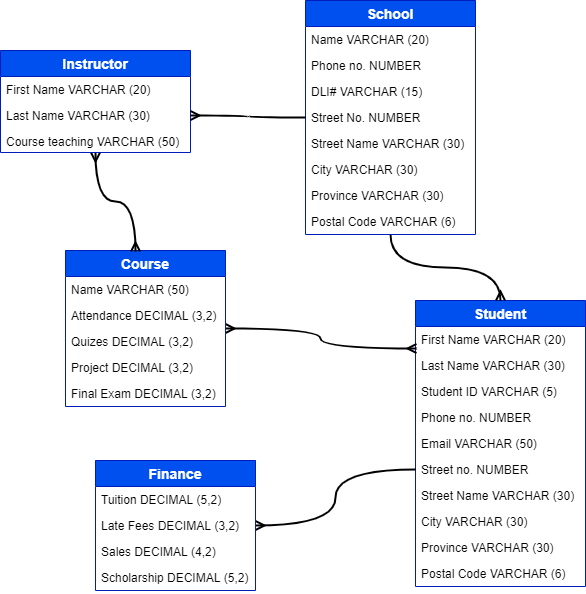
This is SRKSD.png from martinnebesar/Student-Record-Keeping-System-Database-Project, a draw.io export, as it was before one commit. Source tidied: cells renumbered, new cells last; positions are measured from the earlier drawing's top-left corner, leaving out a move shared by most shapes.
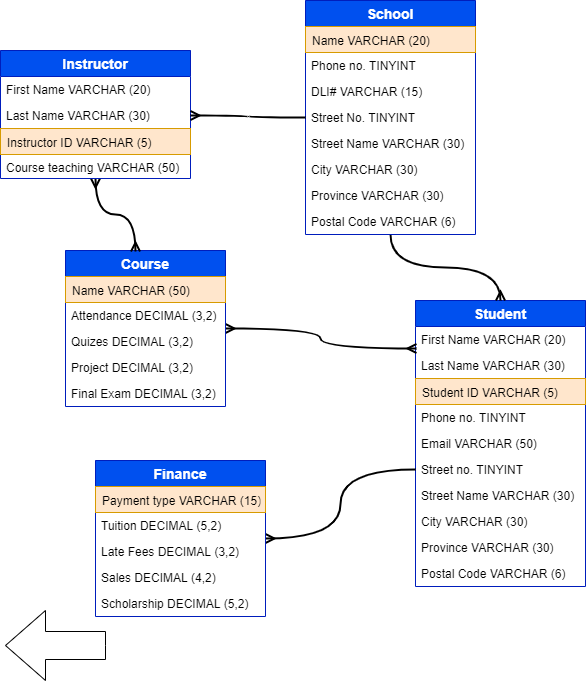
The same diagram one commit later.

Commit message:
Updated SRKSD with PKs

Diff of the diagram source:
```diff
@@ -11,16 +11,16 @@
     <mxCell id="4" value="Last Name VARCHAR (30)" style="text;strokeColor=none;fillColor=none;spacingLeft=4;spacingRight=4;overflow=hidden;fontSize=12;" parent="2" vertex="1">
       <mxGeometry y="52" width="170" height="26" as="geometry" />
     </mxCell>
-    <mxCell id="5" value="Student ID VARCHAR (5)" style="text;strokeColor=none;fillColor=none;spacingLeft=4;spacingRight=4;overflow=hidden;fontSize=12;" parent="2" vertex="1">
+    <mxCell id="5" value="Student ID VARCHAR (5)" style="text;strokeColor=#d79b00;fillColor=#ffe6cc;spacingLeft=4;spacingRight=4;overflow=hidden;fontSize=12;" parent="2" vertex="1">
       <mxGeometry y="78" width="170" height="26" as="geometry" />
     </mxCell>
-    <mxCell id="6" value="Phone no. NUMBER" style="text;strokeColor=none;fillColor=none;spacingLeft=4;spacingRight=4;overflow=hidden;fontSize=12;" parent="2" vertex="1">
+    <mxCell id="6" value="Phone no. TINYINT" style="text;strokeColor=none;fillColor=none;spacingLeft=4;spacingRight=4;overflow=hidden;fontSize=12;" parent="2" vertex="1">
       <mxGeometry y="104" width="170" height="26" as="geometry" />
     </mxCell>
     <mxCell id="7" value="Email VARCHAR (50)" style="text;strokeColor=none;fillColor=none;spacingLeft=4;spacingRight=4;overflow=hidden;fontSize=12;" parent="2" vertex="1">
       <mxGeometry y="130" width="170" height="26" as="geometry" />
     </mxCell>
-    <mxCell id="8" value="Street no. NUMBER" style="text;strokeColor=none;fillColor=none;spacingLeft=4;spacingRight=4;overflow=hidden;points=[[0,0.5],[1,0.5]];portConstraint=eastwest;fontSize=12;" parent="2" vertex="1">
+    <mxCell id="8" value="Street no. TINYINT" style="text;strokeColor=none;fillColor=none;spacingLeft=4;spacingRight=4;overflow=hidden;points=[[0,0.5],[1,0.5]];portConstraint=eastwest;fontSize=12;" parent="2" vertex="1">
       <mxGeometry y="156" width="170" height="26" as="geometry" />
     </mxCell>
     <mxCell id="9" value="Street Name VARCHAR (30)" style="text;strokeColor=none;fillColor=none;spacingLeft=4;spacingRight=4;overflow=hidden;fontSize=12;" parent="2" vertex="1">
@@ -41,7 +41,7 @@
     <mxCell id="14" value="Course" style="swimlane;fontStyle=1;horizontal=1;startSize=26;fillColor=#0050ef;swimlaneFillColor=#ffffff;align=center;fontSize=14;strokeColor=#001DBC;fontColor=#ffffff;" parent="1" vertex="1">
       <mxGeometry x="65" y="250" width="160" height="156" as="geometry" />
     </mxCell>
-    <mxCell id="15" value="Name VARCHAR (50)" style="text;spacingLeft=4;spacingRight=4;overflow=hidden;fontSize=12;" parent="14" vertex="1">
+    <mxCell id="15" value="Name VARCHAR (50)" style="text;spacingLeft=4;spacingRight=4;overflow=hidden;fontSize=12;fillColor=#ffe6cc;strokeColor=#d79b00;" parent="14" vertex="1">
       <mxGeometry y="26" width="160" height="26" as="geometry" />
     </mxCell>
     <mxCell id="16" value="Attendance DECIMAL (3,2)" style="text;strokeColor=none;fillColor=none;spacingLeft=4;spacingRight=4;overflow=hidden;fontSize=12;" parent="14" vertex="1">
@@ -60,19 +60,22 @@
       <mxGeometry relative="1" as="geometry" />
     </mxCell>
     <mxCell id="21" value="Finance" style="swimlane;fontStyle=1;horizontal=1;startSize=26;fillColor=#0050ef;swimlaneFillColor=#ffffff;align=center;fontSize=14;strokeColor=#001DBC;fontColor=#ffffff;" parent="1" vertex="1">
-      <mxGeometry x="95" y="460" width="160" height="130" as="geometry" />
+      <mxGeometry x="95" y="460" width="170" height="156" as="geometry" />
     </mxCell>
+    <mxCell id="42" value="Payment type VARCHAR (15)" style="text;strokeColor=#d79b00;fillColor=#ffe6cc;spacingLeft=4;spacingRight=4;overflow=hidden;fontSize=12;" parent="21" vertex="1">
+      <mxGeometry y="26" width="170" height="26" as="geometry" />
+    </mxCell>
     <mxCell id="22" value="Tuition DECIMAL (5,2)" style="text;spacingLeft=4;spacingRight=4;overflow=hidden;fontSize=12;" parent="21" vertex="1">
-      <mxGeometry y="26" width="160" height="26" as="geometry" />
+      <mxGeometry y="52" width="170" height="26" as="geometry" />
     </mxCell>
     <mxCell id="23" value="Late Fees DECIMAL (3,2)" style="text;strokeColor=none;fillColor=none;spacingLeft=4;spacingRight=4;overflow=hidden;fontSize=12;" parent="21" vertex="1">
-      <mxGeometry y="52" width="160" height="26" as="geometry" />
+      <mxGeometry y="78" width="170" height="26" as="geometry" />
     </mxCell>
     <mxCell id="24" value="Sales DECIMAL (4,2)" style="text;strokeColor=none;fillColor=none;spacingLeft=4;spacingRight=4;overflow=hidden;fontSize=12;" parent="21" vertex="1">
-      <mxGeometry y="78" width="160" height="26" as="geometry" />
+      <mxGeometry y="104" width="170" height="26" as="geometry" />
     </mxCell>
     <mxCell id="25" value="Scholarship DECIMAL (5,2)" style="text;strokeColor=none;fillColor=none;spacingLeft=4;spacingRight=4;overflow=hidden;fontSize=12;" parent="21" vertex="1">
-      <mxGeometry y="104" width="160" height="26" as="geometry" />
+      <mxGeometry y="130" width="170" height="26" as="geometry" />
     </mxCell>
     <mxCell id="26" style="edgeStyle=orthogonalEdgeStyle;curved=1;rounded=0;jettySize=auto;html=1;entryX=0.5;entryY=0;entryDx=0;entryDy=0;endArrow=ERmany;endFill=0;strokeWidth=2;" parent="1" edge="1" source="27" target="2">
       <mxGeometry relative="1" as="geometry" />
@@ -80,16 +83,16 @@
     <mxCell id="27" value="School" style="swimlane;fontStyle=1;horizontal=1;startSize=26;fillColor=#0050ef;swimlaneFillColor=#ffffff;align=center;fontSize=14;strokeColor=#001DBC;fontColor=#ffffff;" parent="1" vertex="1">
       <mxGeometry x="305" width="170" height="234" as="geometry" />
     </mxCell>
-    <mxCell id="28" value="Name VARCHAR (20)" style="text;spacingLeft=4;spacingRight=4;overflow=hidden;fontSize=12;" parent="27" vertex="1">
+    <mxCell id="28" value="Name VARCHAR (20)" style="text;spacingLeft=4;spacingRight=4;overflow=hidden;fontSize=12;fillColor=#ffe6cc;strokeColor=#d79b00;" parent="27" vertex="1">
       <mxGeometry y="26" width="170" height="26" as="geometry" />
     </mxCell>
-    <mxCell id="29" value="Phone no. NUMBER" style="text;strokeColor=none;fillColor=none;spacingLeft=4;spacingRight=4;overflow=hidden;fontSize=12;" parent="27" vertex="1">
+    <mxCell id="29" value="Phone no. TINYINT" style="text;strokeColor=none;fillColor=none;spacingLeft=4;spacingRight=4;overflow=hidden;fontSize=12;" parent="27" vertex="1">
       <mxGeometry y="52" width="170" height="26" as="geometry" />
     </mxCell>
     <mxCell id="30" value="DLI# VARCHAR (15)" style="text;strokeColor=none;fillColor=none;spacingLeft=4;spacingRight=4;overflow=hidden;fontSize=12;" parent="27" vertex="1">
       <mxGeometry y="78" width="170" height="26" as="geometry" />
     </mxCell>
-    <mxCell id="31" value="Street No. NUMBER" style="text;strokeColor=none;fillColor=none;spacingLeft=4;spacingRight=4;overflow=hidden;points=[[0,0.5],[1,0.5]];portConstraint=eastwest;fontSize=12;fontStyle=0;" parent="27" vertex="1">
+    <mxCell id="31" value="Street No. TINYINT" style="text;strokeColor=none;fillColor=none;spacingLeft=4;spacingRight=4;overflow=hidden;points=[[0,0.5],[1,0.5]];portConstraint=eastwest;fontSize=12;fontStyle=0;" parent="27" vertex="1">
       <mxGeometry y="104" width="170" height="26" as="geometry" />
     </mxCell>
     <mxCell id="32" value="Street Name VARCHAR (30)" style="text;strokeColor=none;fillColor=none;spacingLeft=4;spacingRight=4;overflow=hidden;fontSize=12;" parent="27" vertex="1">
@@ -108,7 +111,7 @@
       <mxGeometry relative="1" as="geometry" />
     </mxCell>
     <mxCell id="37" value="Instructor" style="swimlane;fontStyle=1;horizontal=1;startSize=26;fillColor=#0050ef;swimlaneFillColor=#ffffff;align=center;fontSize=14;strokeColor=#001DBC;fontColor=#ffffff;" parent="1" vertex="1">
-      <mxGeometry y="50" width="190" height="102" as="geometry" />
+      <mxGeometry y="50" width="190" height="128" as="geometry" />
     </mxCell>
     <mxCell id="38" value="First Name VARCHAR (20)" style="text;spacingLeft=4;spacingRight=4;overflow=hidden;fontSize=12;" parent="37" vertex="1">
       <mxGeometry y="26" width="190" height="26" as="geometry" />
@@ -116,11 +119,17 @@
     <mxCell id="39" value="Last Name VARCHAR (30)" style="text;strokeColor=none;fillColor=none;spacingLeft=4;spacingRight=4;overflow=hidden;points=[[0,0.5],[1,0.5]];portConstraint=eastwest;fontSize=12;" parent="37" vertex="1">
       <mxGeometry y="52" width="190" height="26" as="geometry" />
     </mxCell>
+    <mxCell id="43" value="Instructor ID VARCHAR (5)" style="text;strokeColor=#d79b00;fillColor=#ffe6cc;spacingLeft=4;spacingRight=4;overflow=hidden;fontSize=12;" parent="37" vertex="1">
+      <mxGeometry y="78" width="190" height="26" as="geometry" />
+    </mxCell>
     <mxCell id="40" value="Course teaching VARCHAR (50)" style="text;strokeColor=none;fillColor=none;spacingLeft=4;spacingRight=4;overflow=hidden;fontSize=12;" parent="37" vertex="1">
-      <mxGeometry y="78" width="190" height="24" as="geometry" />
+      <mxGeometry y="104" width="190" height="24" as="geometry" />
     </mxCell>
     <mxCell id="41" style="rounded=0;jettySize=auto;html=1;endArrow=ERmany;endFill=0;edgeStyle=orthogonalEdgeStyle;curved=1;strokeWidth=2;" parent="1" edge="1" source="31" target="39">
       <mxGeometry relative="1" as="geometry" />
     </mxCell>
+    <mxCell id="44" style="html=1;shadow=0;dashed=0;align=center;verticalAlign=middle;shape=mxgraph.arrows2.arrow;dy=0.6;dx=40;flipH=1;notch=0;" parent="1" vertex="1">
+      <mxGeometry x="5" y="610" width="100" height="70" as="geometry" />
+    </mxCell>
   </root>
 </mxGraphModel>
```
